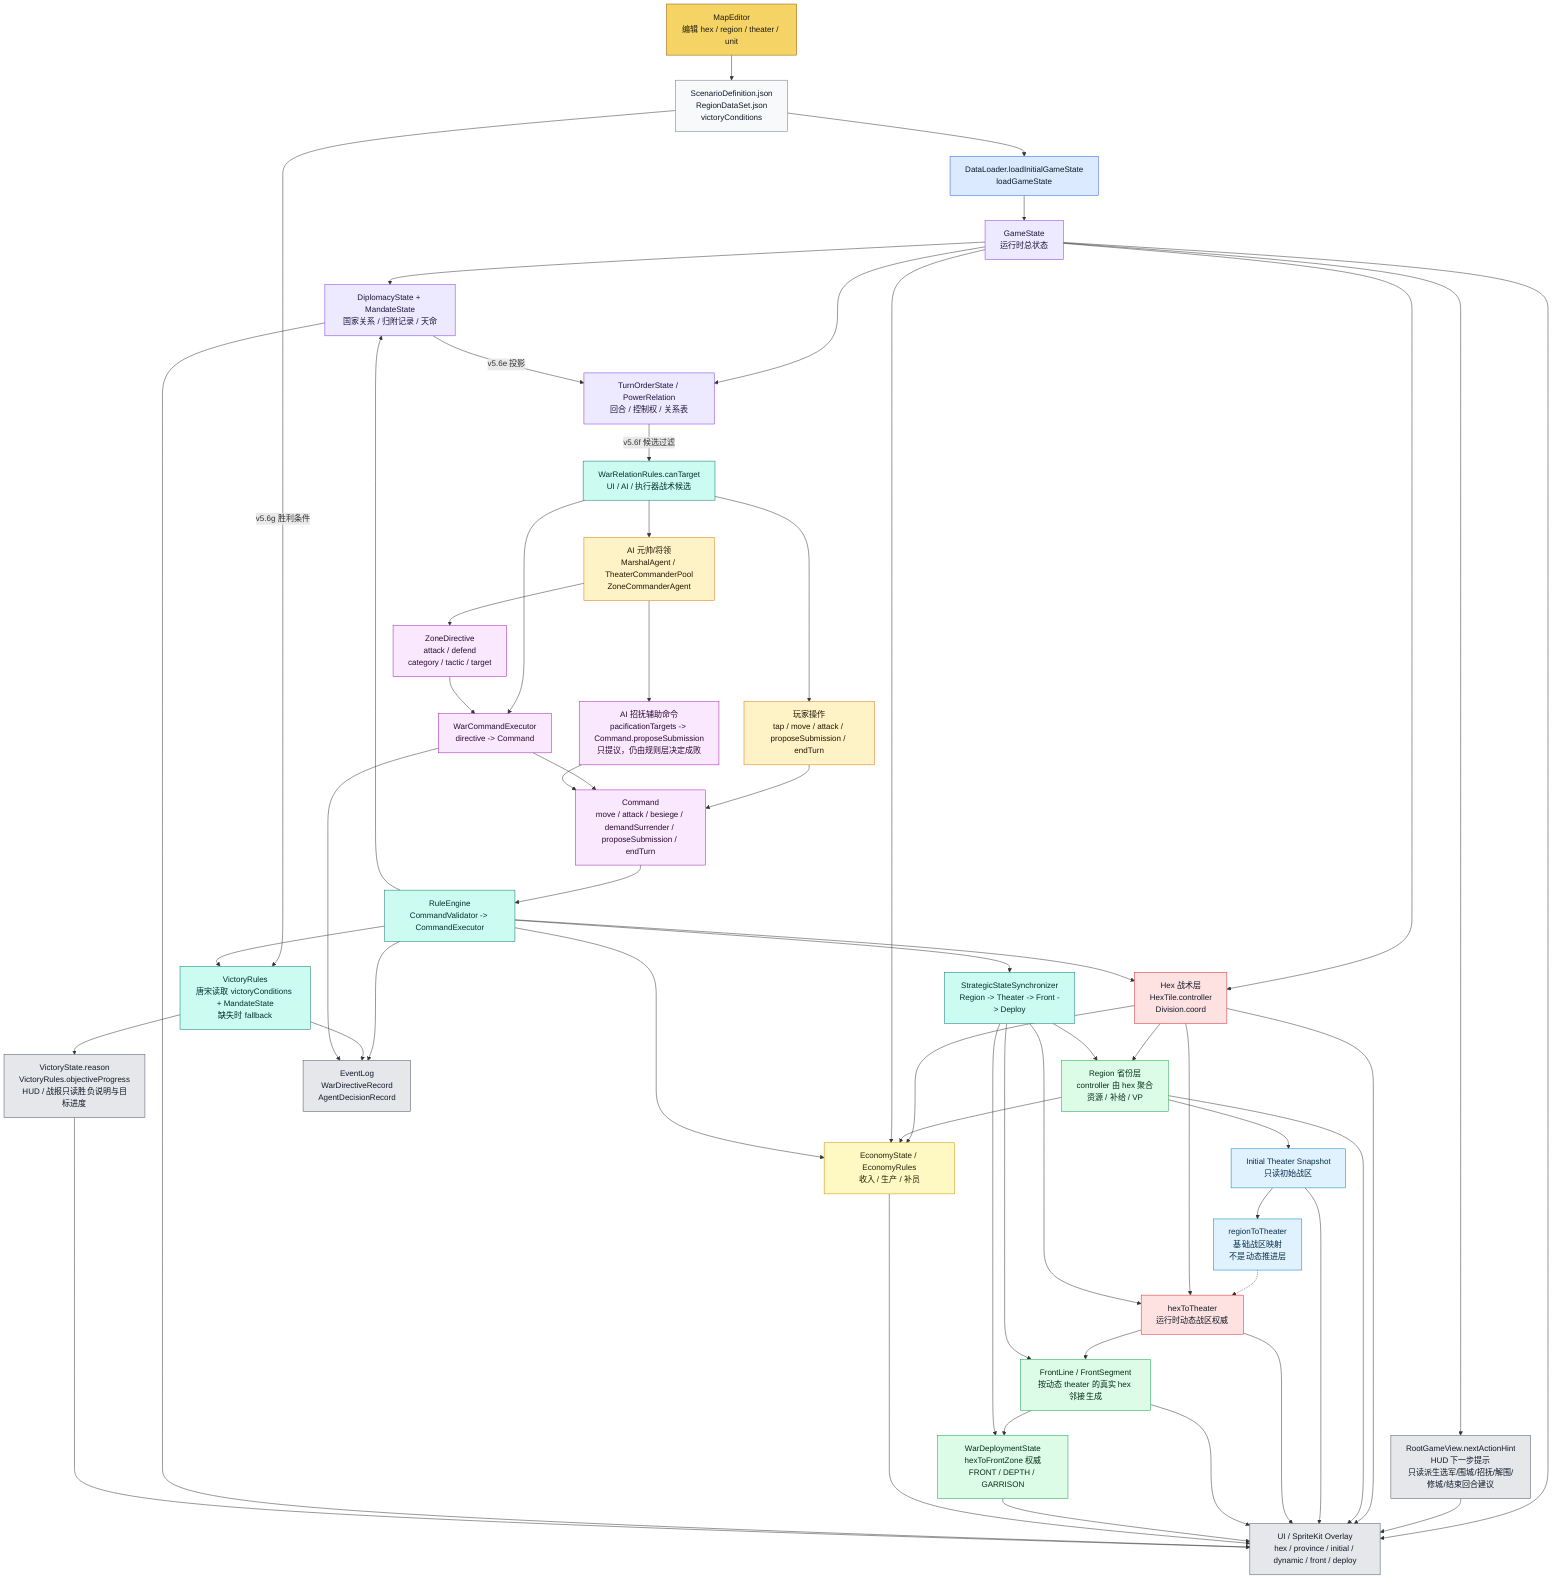
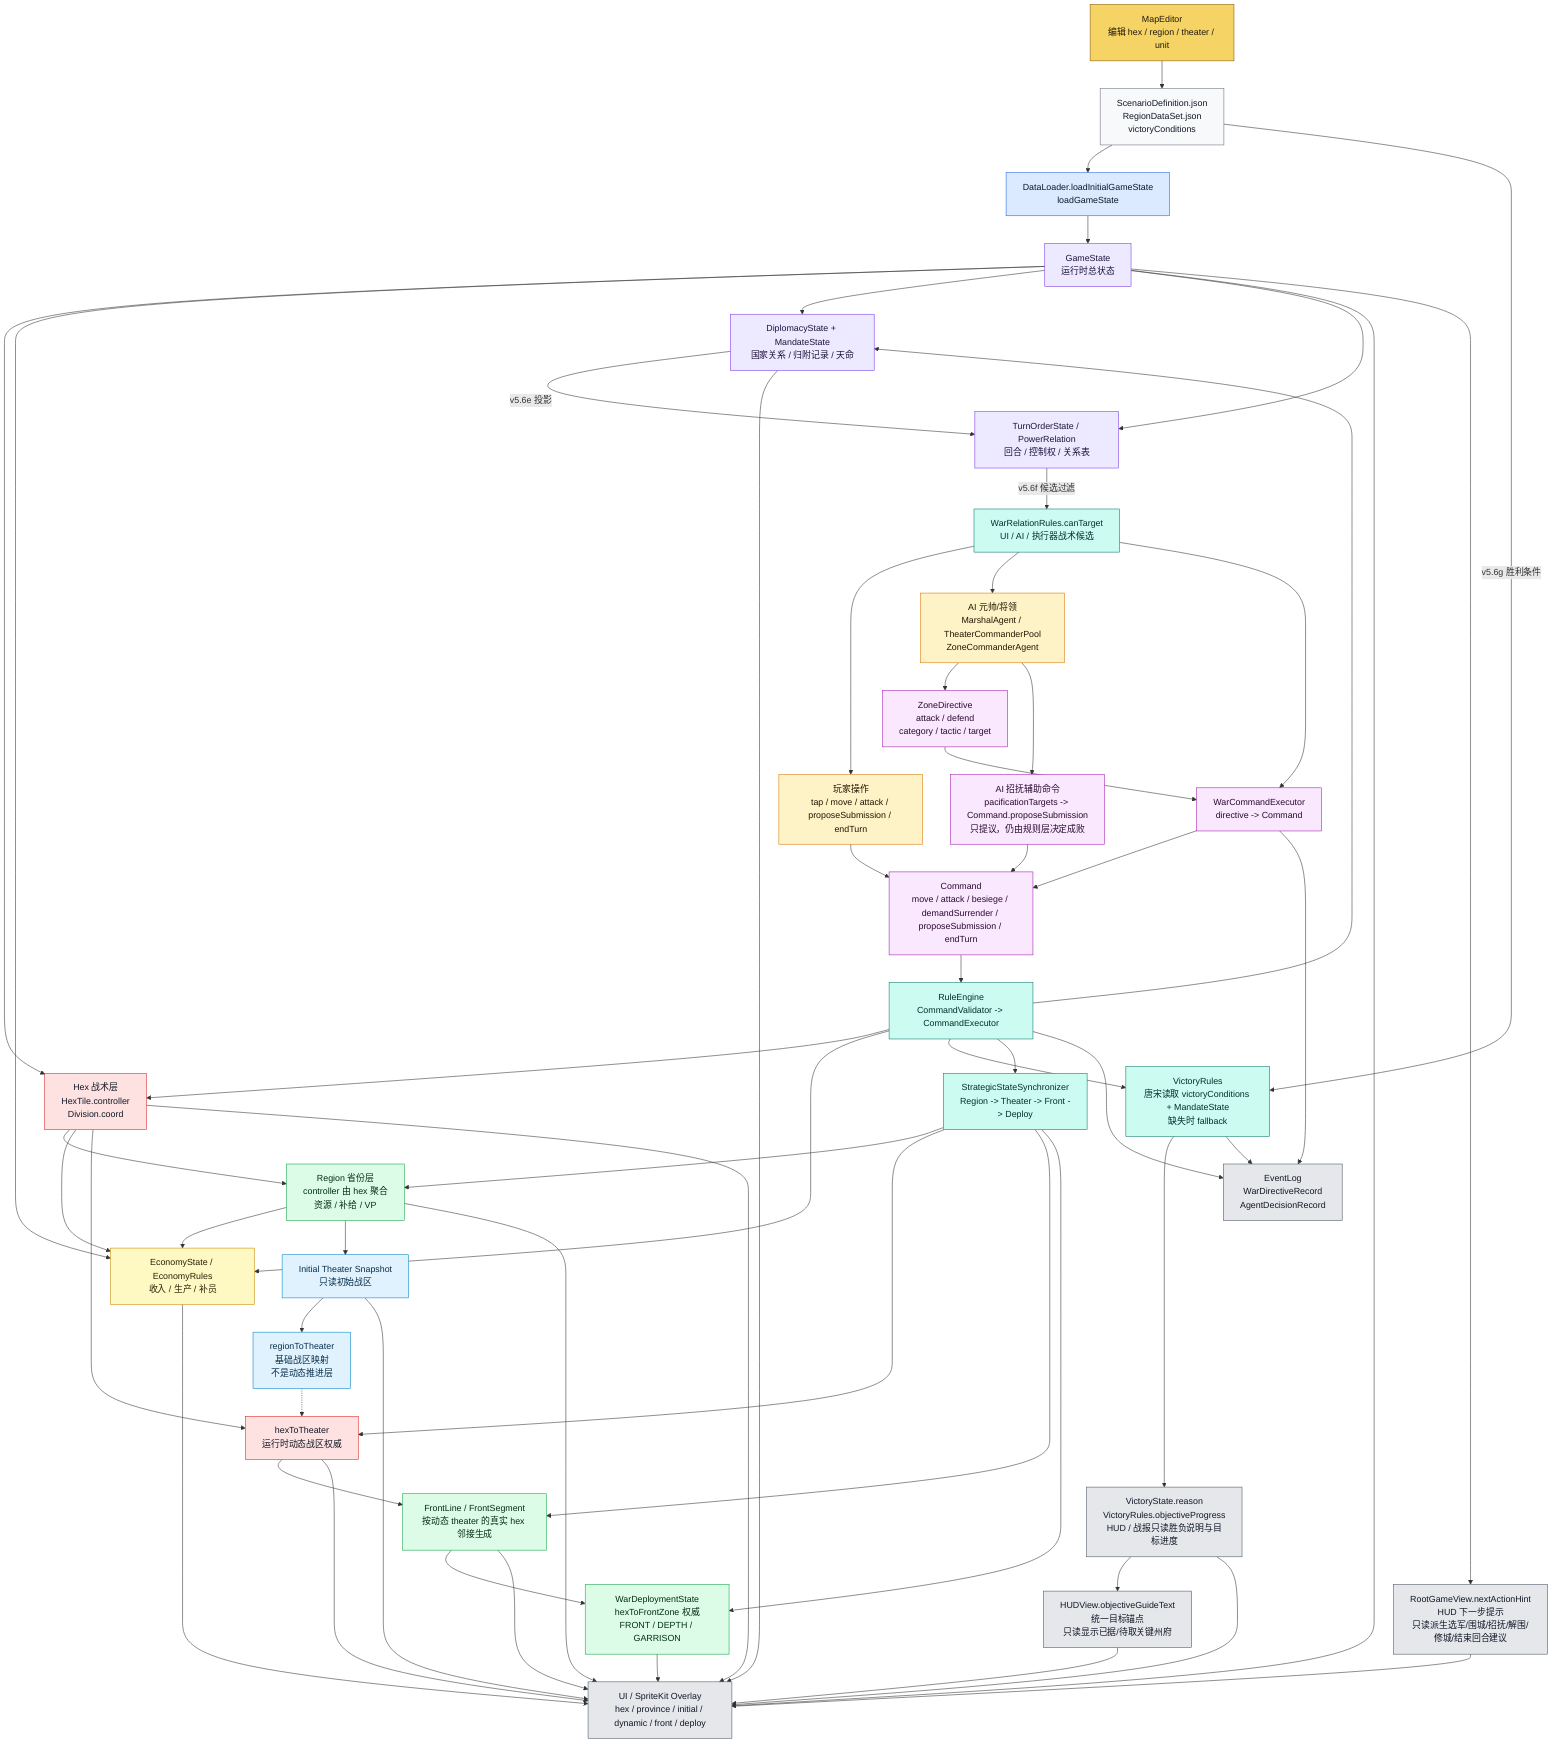
flowchart TD
    ME["MapEditor<br/>编辑 hex / region / theater / unit"]:::editor
    JSON["ScenarioDefinition.json<br/>RegionDataSet.json<br/>victoryConditions"]:::data
    DL["DataLoader.loadInitialGameState<br/>loadGameState"]:::loader
    GS["GameState<br/>运行时总状态"]:::state

    HEX["Hex 战术层<br/>HexTile.controller<br/>Division.coord"]:::authority
    REGION["Region 省份层<br/>controller 由 hex 聚合<br/>资源 / 补给 / VP"]:::derived
    INIT["Initial Theater Snapshot<br/>只读初始战区"]:::snapshot
    R2T["regionToTheater<br/>基础战区映射<br/>不是动态推进层"]:::snapshot
    H2T["hexToTheater<br/>运行时动态战区权威"]:::authority
    FRONT["FrontLine / FrontSegment<br/>按动态 theater 的真实 hex 邻接生成"]:::derived
    DEPLOY["WarDeploymentState<br/>hexToFrontZone 权威<br/>FRONT / DEPTH / GARRISON"]:::derived
    ECO["EconomyState / EconomyRules<br/>收入 / 生产 / 补员"]:::economy
    DIP["DiplomacyState + MandateState<br/>国家关系 / 归附记录 / 天命"]:::state
    TURN["TurnOrderState / PowerRelation<br/>回合 / 控制权 / 关系表"]:::state
    RELCAND["WarRelationRules.canTarget<br/>UI / AI / 执行器战术候选"]:::rules
    VICT["VictoryRules<br/>唐宋读取 victoryConditions + MandateState<br/>缺失时 fallback"]:::rules
    VICTEXT["VictoryState.reason<br/>VictoryRules.objectiveProgress<br/>HUD / 战报只读胜负说明与目标进度"]:::ui
+     GOAL["HUDView.objectiveGuideText<br/>统一目标锚点<br/>只读显示已据/待取关键州府"]:::ui
    HINT["RootGameView.nextActionHint<br/>HUD 下一步提示<br/>只读派生选军/围城/招抚/解围/修城/结束回合建议"]:::ui

    PLAYER["玩家操作<br/>tap / move / attack / proposeSubmission / endTurn"]:::input
    AI["AI 元帅/将领<br/>MarshalAgent / TheaterCommanderPool<br/>ZoneCommanderAgent"]:::input
    AIPAC["AI 招抚辅助命令<br/>pacificationTargets -> Command.proposeSubmission<br/>只提议，仍由规则层决定成败"]:::command
    ZD["ZoneDirective<br/>attack / defend<br/>category / tactic / target"]:::command
    WCE["WarCommandExecutor<br/>directive -> Command"]:::command
    CMD["Command<br/>move / attack / besiege / demandSurrender / proposeSubmission / endTurn"]:::command
    RE["RuleEngine<br/>CommandValidator -> CommandExecutor"]:::rules
    SYNC["StrategicStateSynchronizer<br/>Region -> Theater -> Front -> Deploy"]:::rules

    UI["UI / SpriteKit Overlay<br/>hex / province / initial / dynamic / front / deploy"]:::ui
    LOG["EventLog<br/>WarDirectiveRecord<br/>AgentDecisionRecord"]:::ui

    ME --> JSON --> DL --> GS
    GS --> HEX
    HEX --> REGION
    HEX --> ECO
    REGION --> ECO
    REGION --> INIT
    INIT --> R2T
    R2T -.-> H2T
    HEX --> H2T
    H2T --> FRONT --> DEPLOY
    GS --> ECO
    GS --> DIP
    GS --> TURN
    DIP -->|v5.6e 投影| TURN
    TURN -->|v5.6f 候选过滤| RELCAND
    JSON -->|v5.6g 胜利条件| VICT

    PLAYER --> CMD
    RELCAND --> PLAYER
    RELCAND --> AI
    RELCAND --> WCE
    AI --> ZD --> WCE --> CMD
    AI --> AIPAC --> CMD
    CMD --> RE --> HEX
    RE --> ECO
    RE --> DIP
    RE --> VICT
    RE --> SYNC
    SYNC --> REGION
    SYNC --> H2T
    SYNC --> FRONT
    SYNC --> DEPLOY

    GS --> UI
    GS --> HINT --> UI
+     VICTEXT --> GOAL --> UI
    HEX --> UI
    REGION --> UI
    INIT --> UI
    H2T --> UI
    FRONT --> UI
    DEPLOY --> UI
    ECO --> UI
    DIP --> UI
    VICT --> VICTEXT --> UI
    RE --> LOG
    VICT --> LOG
    WCE --> LOG

    classDef editor fill:#f6d365,stroke:#8a5a00,color:#1f1b10
    classDef data fill:#f8f9fb,stroke:#6b7280,color:#111827
    classDef loader fill:#dbeafe,stroke:#2563eb,color:#0f172a
    classDef state fill:#ede9fe,stroke:#7c3aed,color:#1f143d
    classDef authority fill:#fee2e2,stroke:#dc2626,color:#111827
    classDef derived fill:#dcfce7,stroke:#16a34a,color:#052e16
    classDef snapshot fill:#e0f2fe,stroke:#0284c7,color:#082f49
    classDef input fill:#fef3c7,stroke:#d97706,color:#1f1600
    classDef economy fill:#fef9c3,stroke:#ca8a04,color:#292107
    classDef command fill:#fae8ff,stroke:#a21caf,color:#2a0a2f
    classDef rules fill:#ccfbf1,stroke:#0f766e,color:#042f2e
    classDef ui fill:#e5e7eb,stroke:#4b5563,color:#111827
